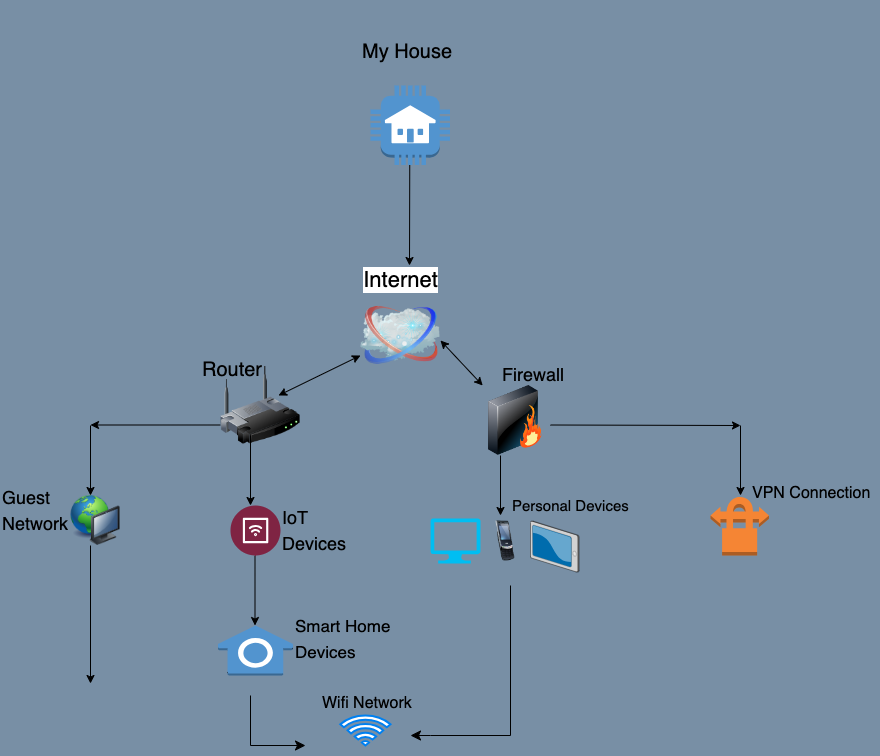
ronaldos21/AccessControlDiagramHW keeps this draw.io diagram as DiagramGraph/NACDiagram.drawio.png. Above is the earlier version. Source tidied: cells renumbered, new cells last; positions are measured from the earlier drawing's top-left corner, leaving out a move shared by most shapes.
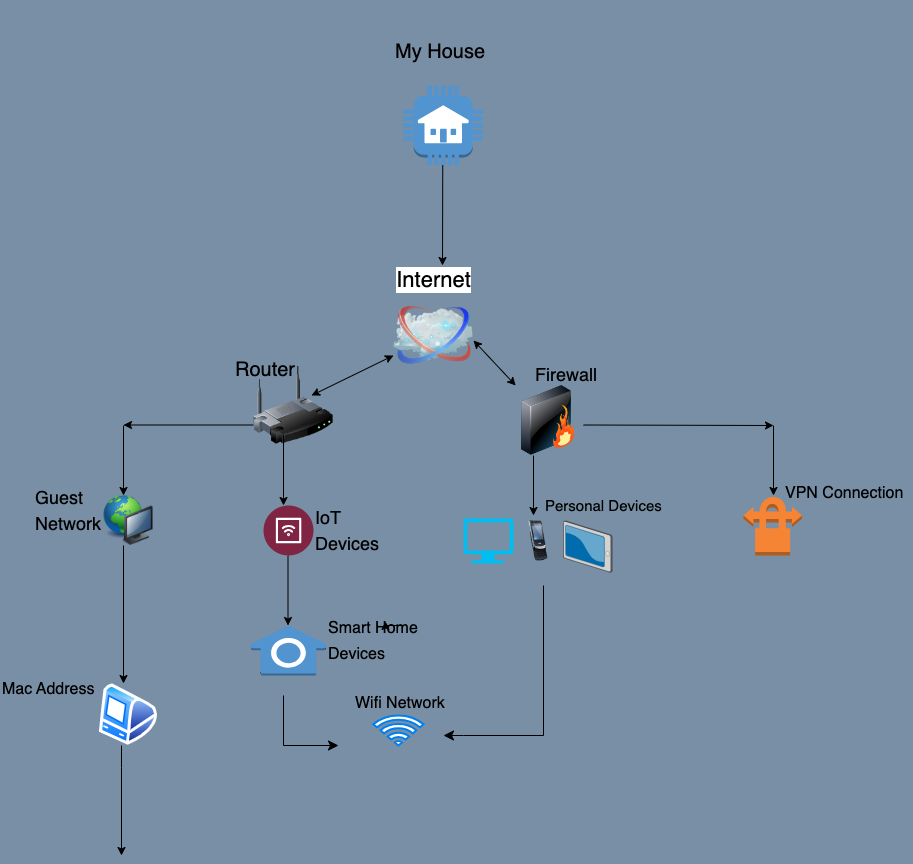
Above is the later version.

Change to the diagram source:
```diff
@@ -78,8 +78,8 @@
         <mxPoint x="254.5" y="600" as="targetPoint" />
       </mxGeometry>
     </mxCell>
-    <mxCell id="21" value="&lt;h3 style=&quot;&quot;&gt;&lt;span style=&quot;font-weight: 400;&quot;&gt;&lt;font style=&quot;font-size: 17px;&quot;&gt;Smart Home Devices&lt;/font&gt;&lt;/span&gt;&lt;/h3&gt;" style="text;html=1;strokeColor=none;fillColor=none;align=left;verticalAlign=middle;whiteSpace=wrap;rounded=0;fontFamily=Helvetica;fontSize=18;" parent="1" vertex="1">
-      <mxGeometry x="292.5" y="575" width="97.5" height="75" as="geometry" />
+    <mxCell id="21" value="&lt;h3 style=&quot;&quot;&gt;&lt;span style=&quot;font-weight: 400;&quot;&gt;&lt;font style=&quot;font-size: 16px;&quot;&gt;Smart Home Devices&lt;/font&gt;&lt;/span&gt;&lt;/h3&gt;" style="text;html=1;strokeColor=none;fillColor=none;align=left;verticalAlign=middle;whiteSpace=wrap;rounded=0;fontFamily=Helvetica;fontSize=18;" parent="1" vertex="1">
+      <mxGeometry x="292.5" y="600" width="103.5" height="28" as="geometry" />
     </mxCell>
     <mxCell id="22" style="endArrow=classic;html=1;rounded=0;" parent="1" edge="1">
       <mxGeometry relative="1" as="geometry">
@@ -154,5 +154,25 @@
         <mxPoint x="90" y="658" as="targetPoint" />
       </mxGeometry>
     </mxCell>
+    <mxCell id="38" style="image;perimeter=ellipsePerimeter;html=1;align=center;shadow=0;dashed=0;spacingTop=3;image=img/lib/active_directory/mac_client.svg;" parent="1" vertex="1">
+      <mxGeometry x="66" y="658.3" width="58" height="61.7" as="geometry" />
+    </mxCell>
+    <mxCell id="39" style="edgeStyle=orthogonalEdgeStyle;rounded=0;orthogonalLoop=1;jettySize=auto;html=1;exitX=0.75;exitY=0;exitDx=0;exitDy=0;entryX=0.575;entryY=-0.143;entryDx=0;entryDy=0;entryPerimeter=0;" parent="1" edge="1" source="21" target="21">
+      <mxGeometry relative="1" as="geometry" />
+    </mxCell>
+    <mxCell id="40" value="&lt;h1 style=&quot;&quot;&gt;&lt;span style=&quot;font-size: 16px; font-weight: 400;&quot;&gt;Mac Address&lt;/span&gt;&lt;/h1&gt;" style="text;html=1;strokeColor=none;fillColor=none;align=left;verticalAlign=middle;whiteSpace=wrap;rounded=0;fontFamily=Helvetica;fontSize=18;" parent="1" vertex="1">
+      <mxGeometry x="-33" y="636" width="130" height="40" as="geometry" />
+    </mxCell>
+    <mxCell id="41" style="endArrow=classic;html=1;rounded=0;" parent="1" edge="1">
+      <mxGeometry relative="1" as="geometry">
+        <mxPoint x="88" y="720" as="sourcePoint" />
+        <mxPoint x="88" y="830" as="targetPoint" />
+        <Array as="points">
+          <mxPoint x="88" y="742" />
+          <mxPoint x="88" y="808" />
+          <mxPoint x="88" y="786" />
+        </Array>
+      </mxGeometry>
+    </mxCell>
   </root>
 </mxGraphModel>
```
